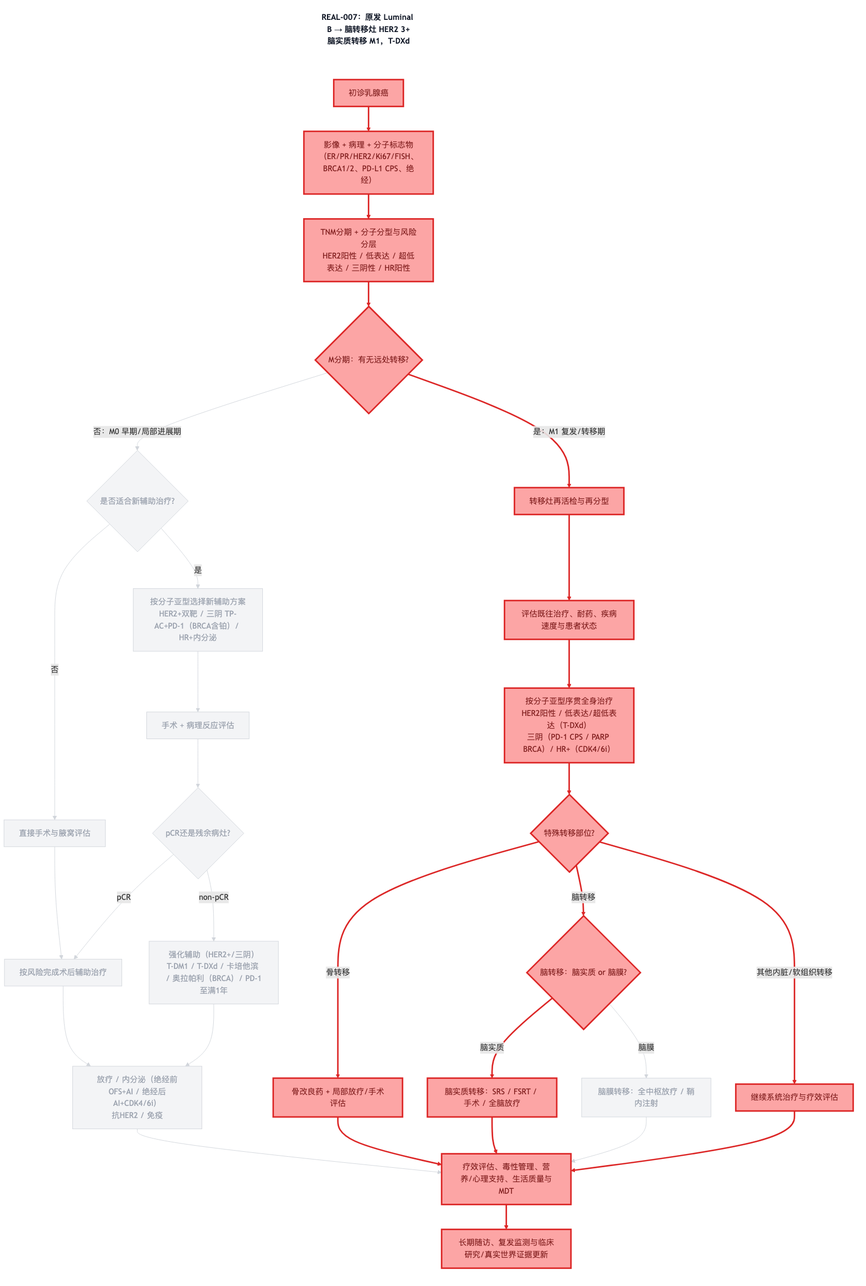
The Mermaid diagram diagrams/decision-chain-REAL-007.png in dongjb741280/breast-cancer, before a commit. Its source is kept beside it as diagrams/decision-chain-REAL-007.mmd.
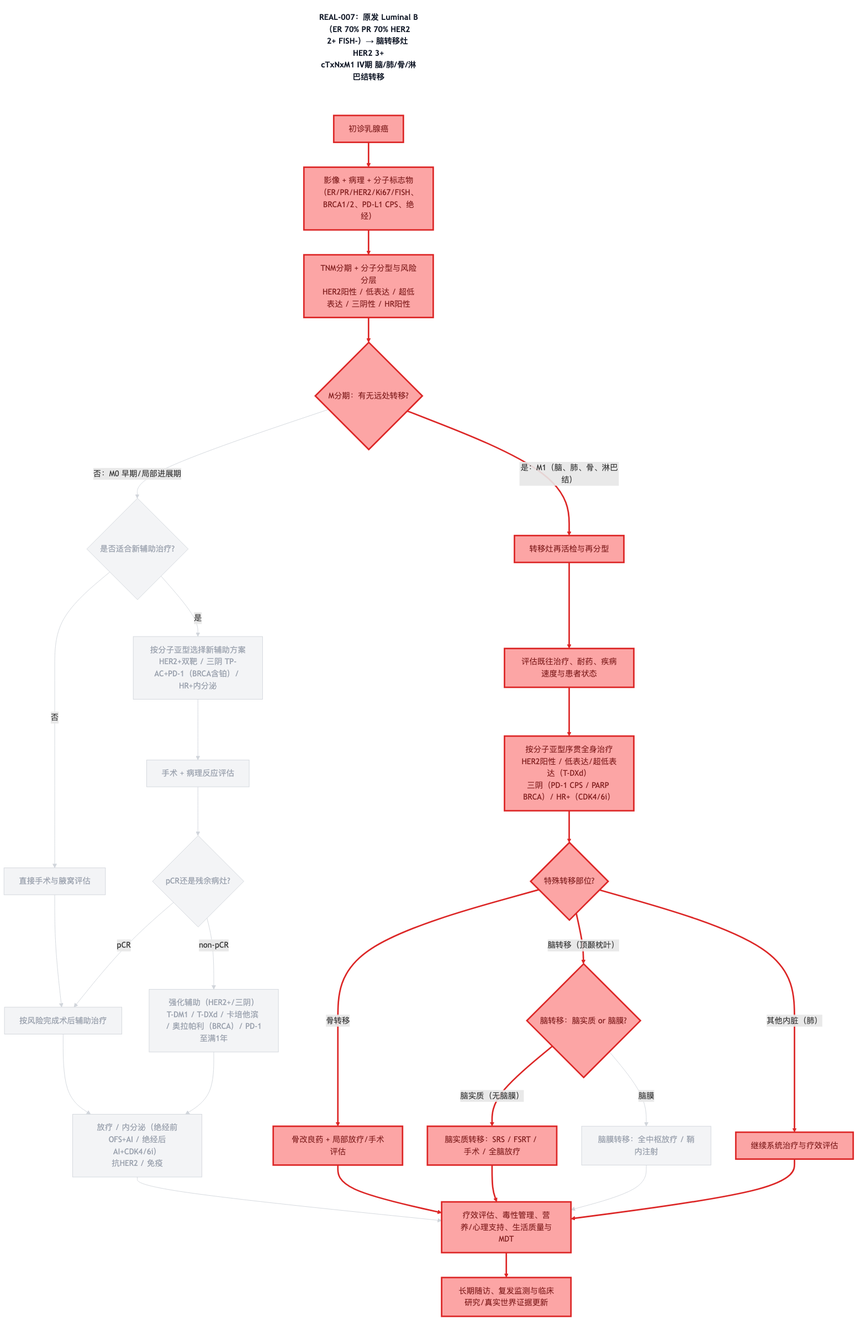
After the commit.

What changed in the source:
```diff
@@ -1,5 +1,5 @@
 graph TD
-    TITLE["REAL-007：原发 Luminal B → 脑转移灶 HER2 3+<br/>脑实质转移 M1，T-DXd"]
+    TITLE["REAL-007：原发 Luminal B（ER 70% PR 70% HER2 2+ FISH-）→ 脑转移灶 HER2 3+<br/>cTxNxM1 Ⅳ期 脑/肺/骨/淋巴结转移"]
     A[初诊乳腺癌]
     B[影像 + 病理 + 分子标志物<br/>（ER/PR/HER2/Ki67/FISH、BRCA1/2、PD-L1 CPS、绝经）]
     C[TNM分期 + 分子分型与风险分层<br/>HER2阳性 / 低表达 / 超低表达 / 三阴性 / HR阳性]
@@ -36,14 +36,14 @@
     I -->|non-pCR| K
     J --> L
     K --> L
-    D -->|是：M1 复发/转移期| M
+    D -->|是：M1（脑、肺、骨、淋巴结）| M
     M --> N
     N --> O
     O --> P
     P -->|骨转移| Q
-    P -->|脑转移| R
-    P -->|其他内脏/软组织转移| S
-    R -->|脑实质| R1
+    P -->|脑转移（顶颞枕叶）| R
+    P -->|其他内脏（肺）| S
+    R -->|脑实质（无脑膜）| R1
     R -->|脑膜| R2
     L --> T
     Q --> T
```
